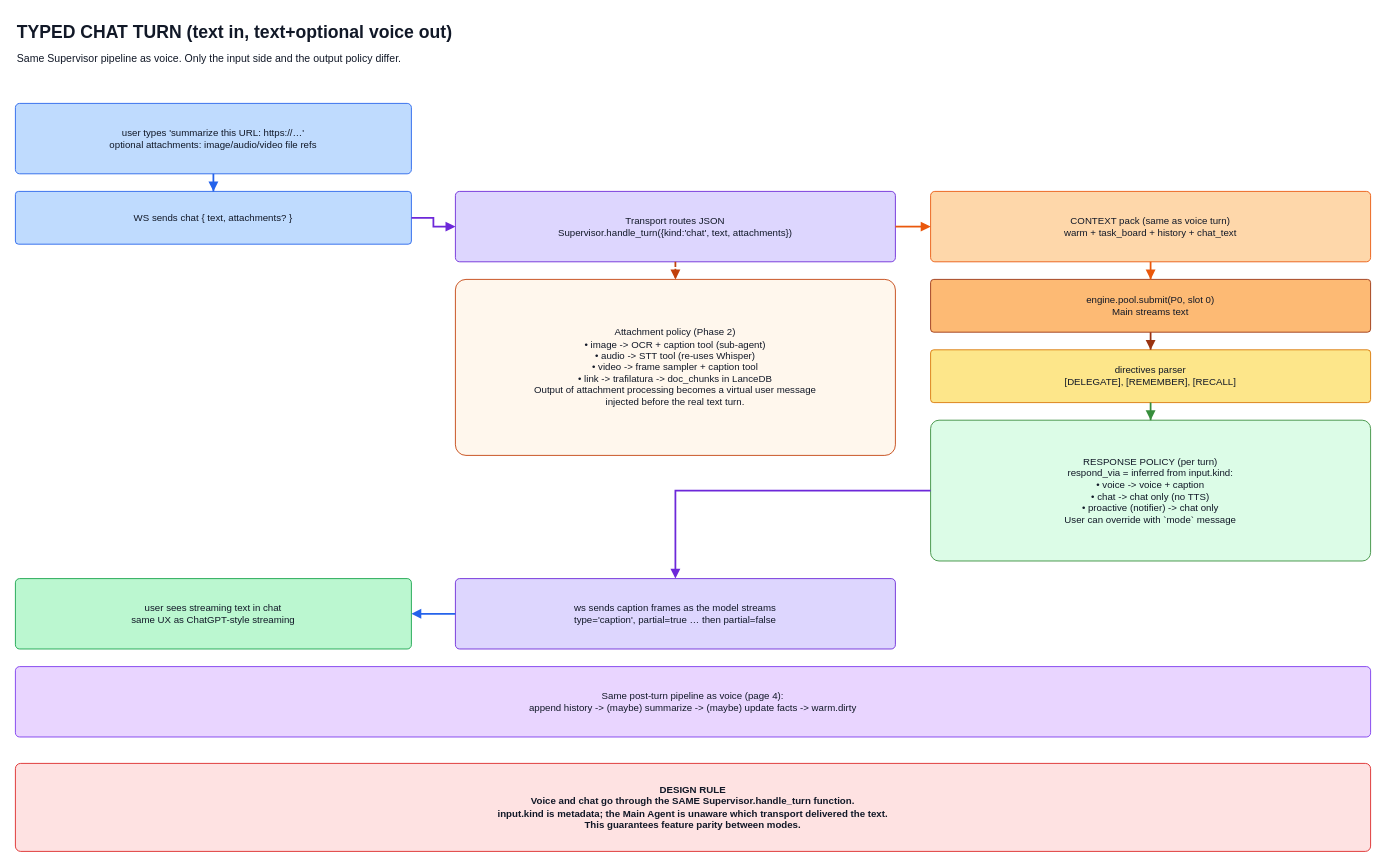
This is page "05 Chat Turn" (5 of 17) of Server2/orchestrator_diagram_v3.drawio from DharambirAgrawal/Vayumi, a draw.io file, before an edit. Source tidied: cells renumbered, new cells numbered last; positions are measured from the earlier drawing's top-left corner, leaving out a move shared by most shapes. Both pictures are drawn from the tidied source at 88%, with x=0, y=0 at pixel (15, 15).
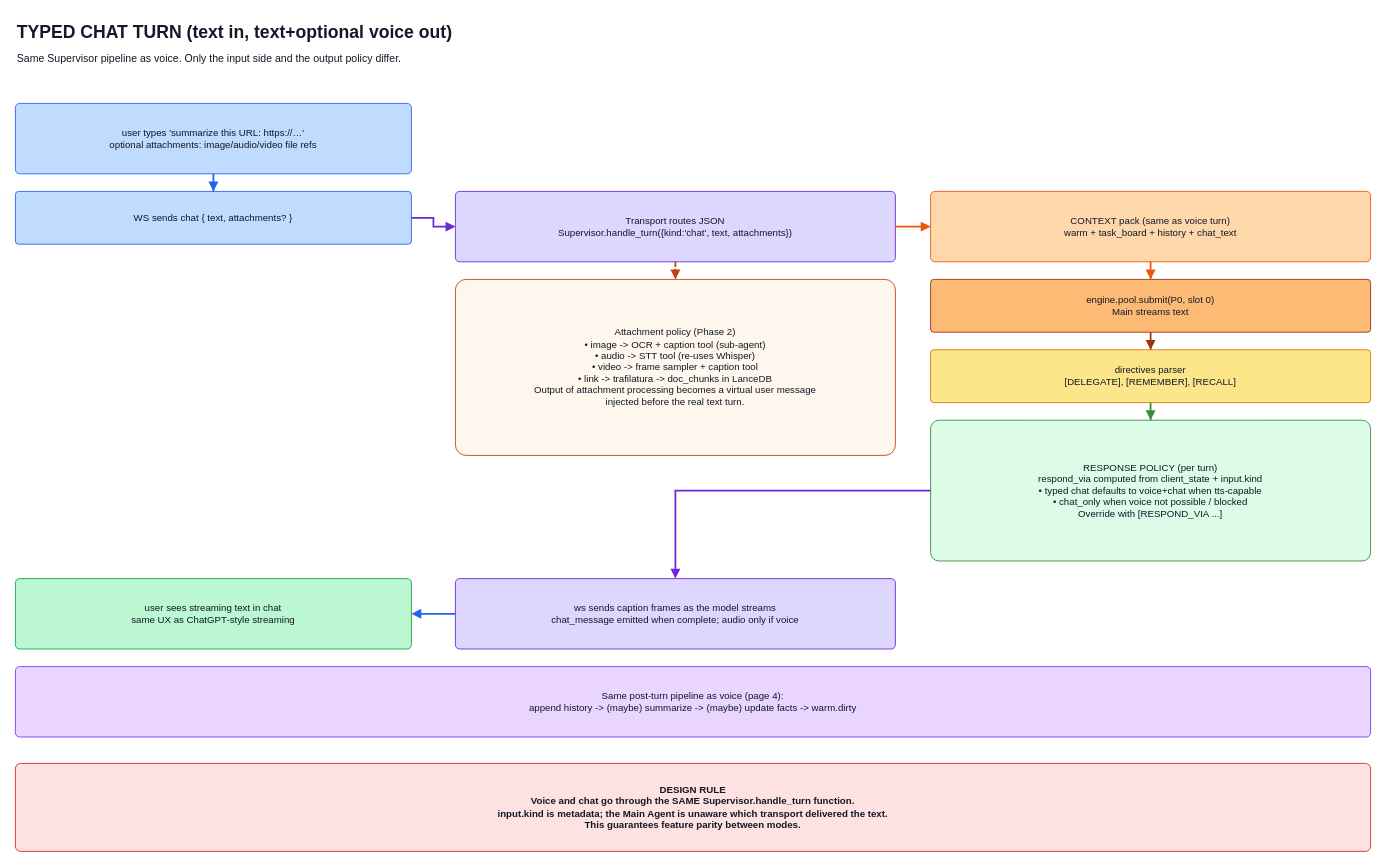
The same page after the edit.

What changed in the source:
```diff
@@
-    <mxCell id="11" value="RESPONSE POLICY (per turn)&#10;respond_via = inferred from input.kind:&#10;• voice -&gt; voice + caption&#10;• chat  -&gt; chat only (no TTS)&#10;• proactive (notifier) -&gt; chat only&#10;User can override with `mode` message" style="rounded=1;fillColor=#DCFCE7;strokeColor=#388E3C;fontSize=11;fontColor=#111827;whiteSpace=wrap;html=1;arcSize=6;" parent="1" vertex="1">
+    <mxCell id="11" value="RESPONSE POLICY (per turn)&#10;respond_via computed from client_state + input.kind&#10;• typed chat defaults to voice+chat when tts-capable&#10;• chat_only when voice not possible / blocked&#10;Override with [RESPOND_VIA ...]" style="rounded=1;fillColor=#DCFCE7;strokeColor=#388E3C;fontSize=11;fontColor=#111827;whiteSpace=wrap;html=1;arcSize=6;" parent="1" vertex="1">
       <mxGeometry x="1040" y="460" width="500" height="160" as="geometry" />
     </mxCell>
-    <mxCell id="12" value="ws sends caption frames as the model streams&#10;type='caption', partial=true … then partial=false" style="rounded=1;fillColor=#DDD6FE;strokeColor=#6D28D9;fontSize=11;fontColor=#111827;whiteSpace=wrap;html=1;arcSize=6;" parent="1" vertex="1">
+    <mxCell id="12" value="ws sends caption frames as the model streams&#10;chat_message emitted when complete; audio only if voice" style="rounded=1;fillColor=#DDD6FE;strokeColor=#6D28D9;fontSize=11;fontColor=#111827;whiteSpace=wrap;html=1;arcSize=6;" parent="1" vertex="1">
       <mxGeometry x="500" y="640" width="500" height="80" as="geometry" />
     </mxCell>
```
